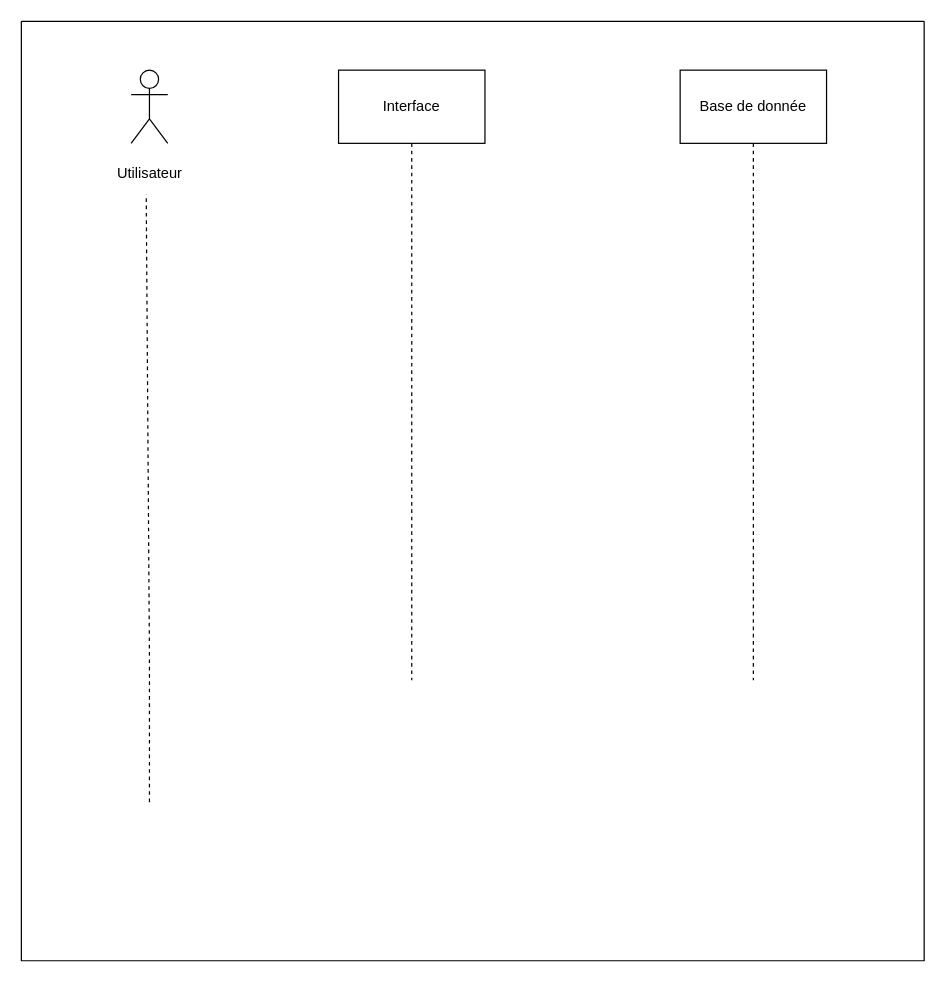
Rahma3-sys/Searchgi keeps this draw.io diagram as se.drawio. Above is the earlier version. Source tidied: cells renumbered, new cells numbered last; positions are measured from the earlier drawing's top-left corner, leaving out a move shared by most shapes. Both pictures are drawn from the tidied source at 122%, with x=0, y=0 at pixel (21, 21).
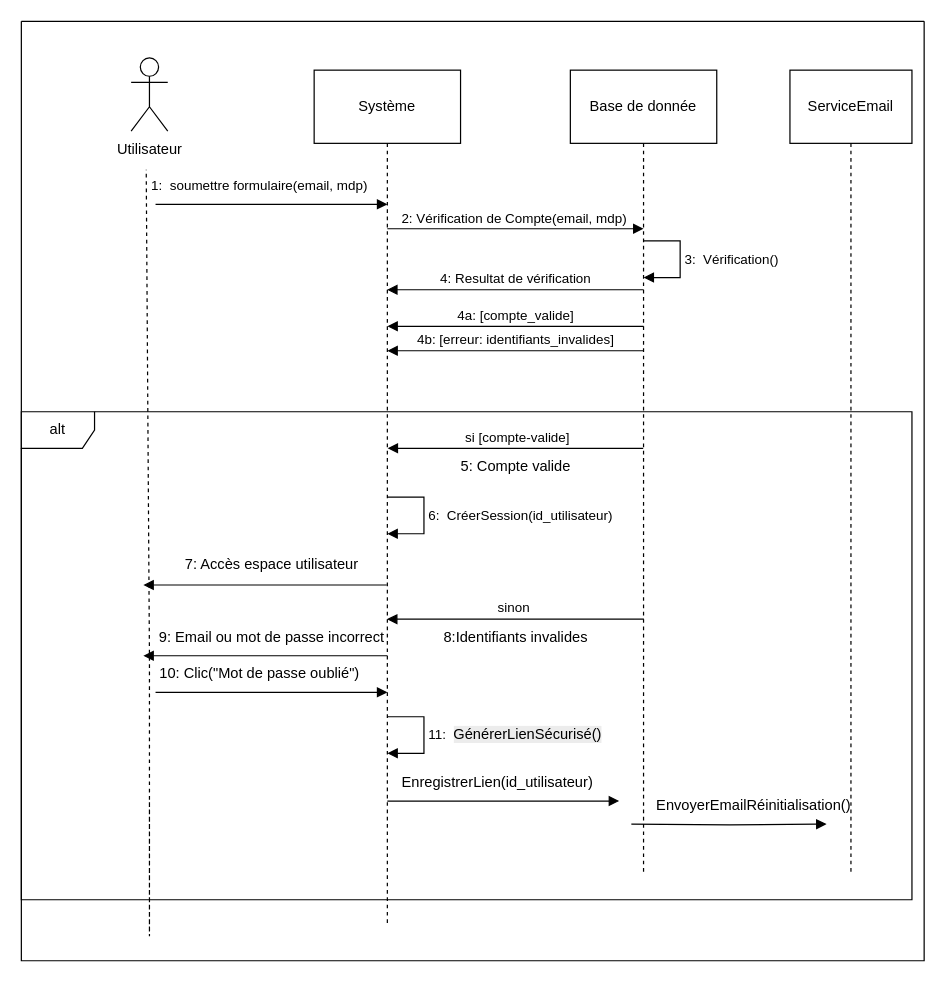
The same diagram, later.

Commit message:
Mettre à jour se.drawio

The change refers to these unchanged cells:
```xml
<mxCell id="4" style="swimlane;startSize=0;" parent="1" vertex="1">
  <mxGeometry width="740" height="770" as="geometry" />
</mxCell>
```

What changed in the source:
```diff
@@
-    <mxCell id="2" value="Base de donnée" style="shape=umlLifeline;perimeter=lifelinePerimeter;whiteSpace=wrap;html=1;newEdgeStyle={&quot;curved&quot;:0,&quot;rounded&quot;:0};size=60;" parent="1" vertex="1">
-      <mxGeometry x="540" y="40" width="120" height="500" as="geometry" />
-    </mxCell>
-    <mxCell id="3" value="Interface" style="shape=umlLifeline;perimeter=lifelinePerimeter;whiteSpace=wrap;html=1;outlineConnect=0;portConstraint=eastwest;newEdgeStyle={&quot;curved&quot;:0,&quot;rounded&quot;:0};size=60;" parent="1" vertex="1">
-      <mxGeometry x="260" y="40" width="120" height="500" as="geometry" />
-    </mxCell>
@@
     <mxCell id="5" value="Utilisateur" style="text;html=1;align=center;verticalAlign=middle;points=[];strokeColor=none;fillColor=none;" parent="4" vertex="1">
-      <mxGeometry x="65" y="110" width="80" height="30" as="geometry" />
+      <mxGeometry x="65" y="90" width="80" height="30" as="geometry" />
     </mxCell>
     <mxCell id="6" style="endArrow=none;dashed=1;html=1;rounded=0;entryX=0.467;entryY=1.056;entryDx=0;entryDy=0;entryPerimeter=0;" parent="4" edge="1" target="5">
       <mxGeometry relative="1" as="geometry">
         <mxPoint x="105" y="640" as="sourcePoint" />
         <Array as="points">
-          <mxPoint x="105" y="640" />
+          <mxPoint x="105" y="750" />
           <mxPoint x="105" y="520" />
         </Array>
       </mxGeometry>
     </mxCell>
     <mxCell id="7" style="shape=umlActor;verticalLabelPosition=bottom;verticalAlign=top;html=1;" parent="4" vertex="1">
-      <mxGeometry x="90" y="40" width="30" height="60" as="geometry" />
+      <mxGeometry x="90" y="30" width="30" height="60" as="geometry" />
     </mxCell>
+    <mxCell id="8" style="endArrow=block;endFill=1;html=1;edgeStyle=orthogonalEdgeStyle;align=left;verticalAlign=top;rounded=0;" parent="4" edge="1">
+      <mxGeometry x="-1" relative="1" as="geometry">
+        <mxPoint x="300" y="170" as="sourcePoint" />
+        <mxPoint x="510" y="170" as="targetPoint" />
+      </mxGeometry>
+    </mxCell>
+    <mxCell id="9" value="2: Vérification de Compte(email, mdp)" style="edgeLabel;html=1;align=left;verticalAlign=bottom;" parent="8" vertex="1">
+      <mxGeometry x="-1" relative="1" as="geometry">
+        <mxPoint x="10" as="offset" />
+      </mxGeometry>
+    </mxCell>
+    <mxCell id="10" value="4: Resultat de vérification" style="html=1;verticalAlign=bottom;endArrow=block;curved=0;rounded=0;" parent="4" edge="1">
+      <mxGeometry relative="1" as="geometry">
+        <mxPoint x="510" y="220" as="sourcePoint" />
+        <mxPoint x="299.8" y="220" as="targetPoint" />
+      </mxGeometry>
+    </mxCell>
+    <mxCell id="11" value="4b: [erreur: identifiants_invalides]" style="html=1;verticalAlign=bottom;endArrow=block;curved=0;rounded=0;" parent="4" edge="1">
+      <mxGeometry relative="1" as="geometry">
+        <mxPoint x="510" y="270" as="sourcePoint" />
+        <mxPoint x="300" y="270" as="targetPoint" />
+      </mxGeometry>
+    </mxCell>
+    <mxCell id="12" value="4a: [compte_valide]" style="html=1;verticalAlign=bottom;endArrow=block;curved=0;rounded=0;" parent="4" edge="1">
+      <mxGeometry relative="1" as="geometry">
+        <mxPoint x="510" y="250" as="sourcePoint" />
+        <mxPoint x="300" y="250" as="targetPoint" />
+      </mxGeometry>
+    </mxCell>
+    <mxCell id="2" value="Base de donnée" style="shape=umlLifeline;perimeter=lifelinePerimeter;whiteSpace=wrap;html=1;newEdgeStyle={&quot;curved&quot;:0,&quot;rounded&quot;:0};size=60;" parent="4" vertex="1">
+      <mxGeometry x="450" y="40" width="120" height="660" as="geometry" />
+    </mxCell>
+    <mxCell id="3" value="Système" style="shape=umlLifeline;perimeter=lifelinePerimeter;whiteSpace=wrap;html=1;outlineConnect=0;portConstraint=eastwest;newEdgeStyle={&quot;curved&quot;:0,&quot;rounded&quot;:0};size=60;" parent="4" vertex="1">
+      <mxGeometry x="240" y="40" width="120" height="700" as="geometry" />
+    </mxCell>
+    <mxCell id="13" value="Service&lt;span style=&quot;background-color: transparent; color: light-dark(rgb(0, 0, 0), rgb(255, 255, 255));&quot;&gt;Email&lt;/span&gt;" style="shape=umlLifeline;perimeter=lifelinePerimeter;whiteSpace=wrap;html=1;newEdgeStyle={&quot;curved&quot;:0,&quot;rounded&quot;:0};size=60;" parent="4" vertex="1">
+      <mxGeometry x="630" y="40" width="100" height="660" as="geometry" />
+    </mxCell>
+    <mxCell id="14" value="alt" style="shape=umlFrame;whiteSpace=wrap;html=1;" parent="4" vertex="1">
+      <mxGeometry y="320" width="730" height="400" as="geometry" />
+    </mxCell>
+    <mxCell id="15" value="&amp;nbsp;si [compte-valide]" style="html=1;verticalAlign=bottom;endArrow=block;curved=0;rounded=0;" parent="4" edge="1">
+      <mxGeometry relative="1" as="geometry">
+        <mxPoint x="509.7" y="350" as="sourcePoint" />
+        <mxPoint x="300.2" y="350" as="targetPoint" />
+      </mxGeometry>
+    </mxCell>
+    <mxCell id="16" value="6:&amp;nbsp;&amp;nbsp;CréerSession(id_utilisateur)" style="html=1;align=left;spacingLeft=2;endArrow=block;rounded=0;edgeStyle=orthogonalEdgeStyle;curved=0;rounded=0;" parent="4" edge="1">
+      <mxGeometry relative="1" as="geometry">
+        <mxPoint x="300" y="390" as="sourcePoint" />
+        <mxPoint x="300" y="420" as="targetPoint" />
+        <Array as="points">
+          <mxPoint x="330" y="420" />
+        </Array>
+      </mxGeometry>
+    </mxCell>
+    <mxCell id="17" value="sinon&amp;nbsp;" style="html=1;verticalAlign=bottom;endArrow=block;curved=0;rounded=0;" parent="4" edge="1">
+      <mxGeometry relative="1" as="geometry">
+        <mxPoint x="510.3" y="490" as="sourcePoint" />
+        <mxPoint x="299.7" y="490" as="targetPoint" />
+      </mxGeometry>
+    </mxCell>
+    <mxCell id="18" value="3:&amp;nbsp;&amp;nbsp;Vérification()" style="html=1;align=left;spacingLeft=2;endArrow=block;rounded=0;edgeStyle=orthogonalEdgeStyle;curved=0;rounded=0;" parent="4" edge="1">
+      <mxGeometry relative="1" as="geometry">
+        <mxPoint x="510" y="180" as="sourcePoint" />
+        <mxPoint x="510" y="210" as="targetPoint" />
+        <Array as="points">
+          <mxPoint x="540" y="210" />
+        </Array>
+      </mxGeometry>
+    </mxCell>
+    <mxCell id="19" value="5: Compte valide" style="text;html=1;align=center;verticalAlign=middle;strokeColor=none;fillColor=none;" parent="4" vertex="1">
+      <mxGeometry x="350" y="350" width="110" height="30" as="geometry" />
+    </mxCell>
+    <mxCell id="20" value="9: Email ou mot de passe incorrect" style="text;html=1;align=center;verticalAlign=middle;strokeColor=none;fillColor=none;" parent="4" vertex="1">
+      <mxGeometry x="100" y="490" width="210" height="30" as="geometry" />
+    </mxCell>
+    <mxCell id="21" style="html=1;verticalAlign=bottom;endArrow=block;curved=0;rounded=0;" parent="4" edge="1" source="3">
+      <mxGeometry relative="1" as="geometry">
+        <mxPoint x="100" y="462" as="targetPoint" />
+      </mxGeometry>
+    </mxCell>
+    <mxCell id="22" value="7: Accès espace utilisateur" style="text;html=1;align=center;verticalAlign=middle;strokeColor=none;fillColor=none;" parent="4" vertex="1">
+      <mxGeometry x="120" y="430" width="170" height="30" as="geometry" />
+    </mxCell>
+    <mxCell id="23" style="html=1;verticalAlign=bottom;endArrow=block;curved=0;rounded=0;" parent="4" edge="1">
+      <mxGeometry relative="1" as="geometry">
+        <mxPoint x="300" y="520" as="sourcePoint" />
+        <mxPoint x="100" y="520" as="targetPoint" />
+      </mxGeometry>
+    </mxCell>
+    <mxCell id="24" value="8:Identifiants invalides" style="text;html=1;align=center;verticalAlign=middle;strokeColor=none;fillColor=none;" parent="4" vertex="1">
+      <mxGeometry x="335" y="490" width="140" height="30" as="geometry" />
+    </mxCell>
+    <mxCell id="25" value="10:&amp;nbsp;Clic(&quot;Mot de passe oublié&quot;)" style="text;html=1;align=center;verticalAlign=middle;strokeColor=none;fillColor=none;" parent="4" vertex="1">
+      <mxGeometry x="100" y="520" width="190" height="30" as="geometry" />
+    </mxCell>
+    <mxCell id="26" value="11:&amp;nbsp;&amp;nbsp;&lt;span style=&quot;font-size: 12px; text-align: center; background-color: rgb(236, 236, 236);&quot;&gt;GénérerLienSécurisé()&lt;/span&gt;" style="html=1;align=left;spacingLeft=2;endArrow=block;rounded=0;edgeStyle=orthogonalEdgeStyle;curved=0;rounded=0;" parent="4" edge="1">
+      <mxGeometry relative="1" as="geometry">
+        <mxPoint x="300" y="570" as="sourcePoint" />
+        <mxPoint x="300" y="600" as="targetPoint" />
+        <Array as="points">
+          <mxPoint x="330" y="600" />
+        </Array>
+      </mxGeometry>
+    </mxCell>
+    <mxCell id="27" value="EnregistrerLien(id_utilisateur)" style="text;html=1;align=center;verticalAlign=middle;strokeColor=none;fillColor=none;" parent="4" vertex="1">
+      <mxGeometry x="300" y="609.1" width="180" height="30" as="geometry" />
+    </mxCell>
+    <mxCell id="28" style="endArrow=block;endFill=1;html=1;edgeStyle=orthogonalEdgeStyle;align=left;verticalAlign=top;rounded=0;entryX=0.5;entryY=0.183;entryDx=0;entryDy=0;entryPerimeter=0;" parent="4" edge="1">
+      <mxGeometry x="-1" relative="1" as="geometry">
+        <mxPoint x="300" y="639.1" as="sourcePoint" />
+        <mxPoint x="490" y="639.1" as="targetPoint" />
+      </mxGeometry>
+    </mxCell>
+    <mxCell id="29" style="endArrow=block;endFill=1;html=1;edgeStyle=orthogonalEdgeStyle;align=left;verticalAlign=top;rounded=0;entryX=0.5;entryY=0.183;entryDx=0;entryDy=0;entryPerimeter=0;" parent="4" edge="1">
+      <mxGeometry x="-1" relative="1" as="geometry">
+        <mxPoint x="110" y="150" as="sourcePoint" />
+        <mxPoint x="300" y="150" as="targetPoint" />
+      </mxGeometry>
+    </mxCell>
+    <mxCell id="30" value="&lt;span style=&quot;font-size: 11px; text-align: left; background-color: rgb(255, 255, 255);&quot;&gt;1:&amp;nbsp;&amp;nbsp;soumettre formulaire(email, mdp)&lt;/span&gt;" style="text;html=1;align=center;verticalAlign=middle;strokeColor=none;fillColor=none;" parent="4" vertex="1">
+      <mxGeometry x="95" y="120" width="200" height="30" as="geometry" />
+    </mxCell>
+    <mxCell id="31" value="EnvoyerEmailRéinitialisation()" style="text;html=1;align=center;verticalAlign=middle;strokeColor=none;fillColor=none;" parent="4" vertex="1">
+      <mxGeometry x="510" y="628" width="180" height="30" as="geometry" />
+    </mxCell>
+    <mxCell id="32" style="endArrow=block;endFill=1;html=1;edgeStyle=orthogonalEdgeStyle;align=left;verticalAlign=top;rounded=0;" parent="4" edge="1">
+      <mxGeometry x="-1" relative="1" as="geometry">
+        <mxPoint x="500" y="658.1" as="sourcePoint" />
+        <mxPoint x="660" y="658" as="targetPoint" />
+      </mxGeometry>
+    </mxCell>
+    <mxCell id="33" style="endArrow=block;endFill=1;html=1;edgeStyle=orthogonalEdgeStyle;align=left;verticalAlign=top;rounded=0;entryX=0.5;entryY=0.183;entryDx=0;entryDy=0;entryPerimeter=0;" parent="1" edge="1">
+      <mxGeometry x="-1" relative="1" as="geometry">
+        <mxPoint x="110" y="550" as="sourcePoint" />
+        <mxPoint x="300" y="550" as="targetPoint" />
+      </mxGeometry>
+    </mxCell>
```
